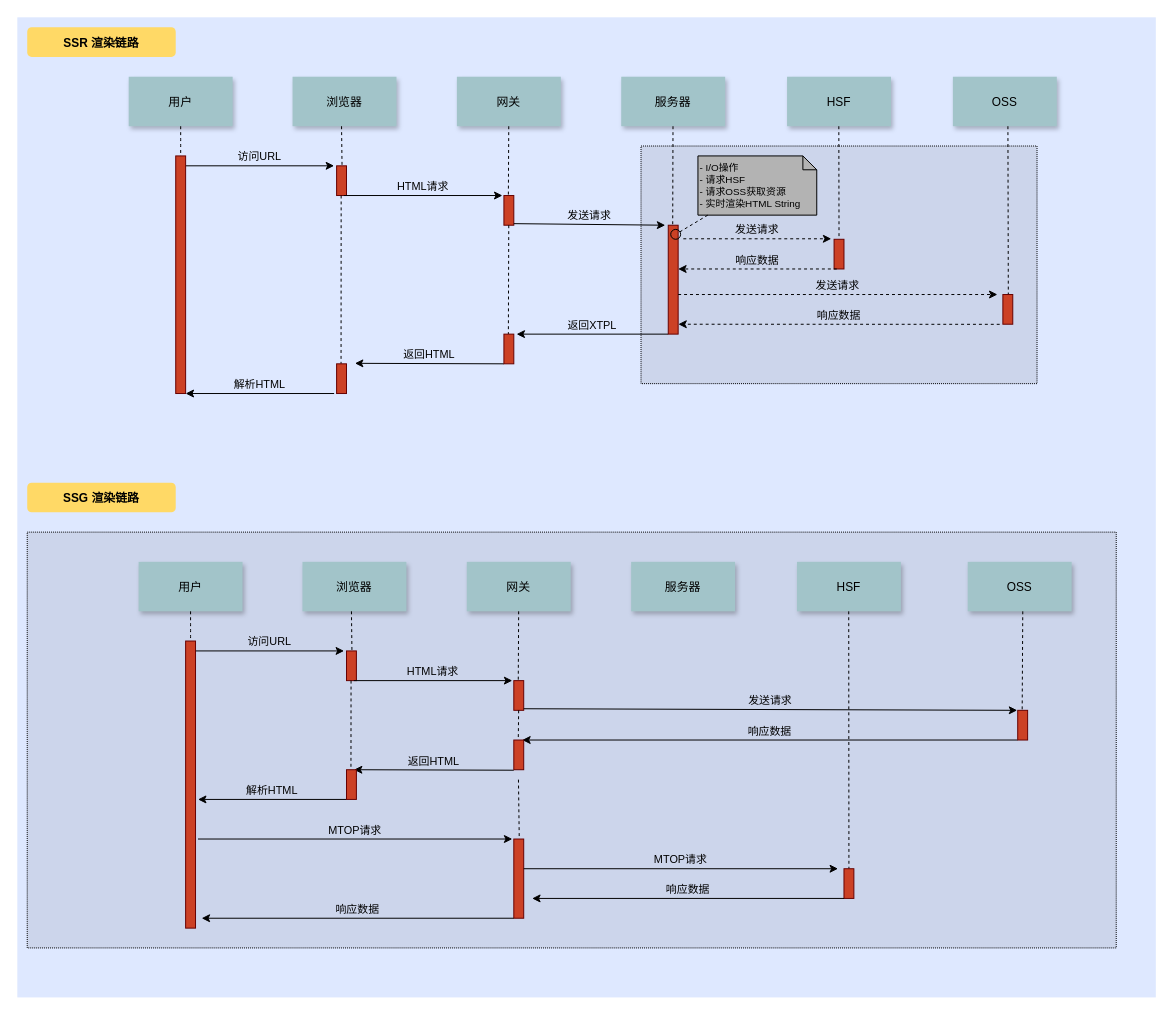
Before: SSG与SSR的差异.drawio in hjyue1/drawDoc, a draw.io diagram. Source tidied: cells renumbered, new cells numbered last; positions are measured from the earlier drawing's top-left corner, leaving out a move shared by most shapes. Both pictures are drawn from the tidied source at 99%, with x=0, y=0 at pixel (17, 17).
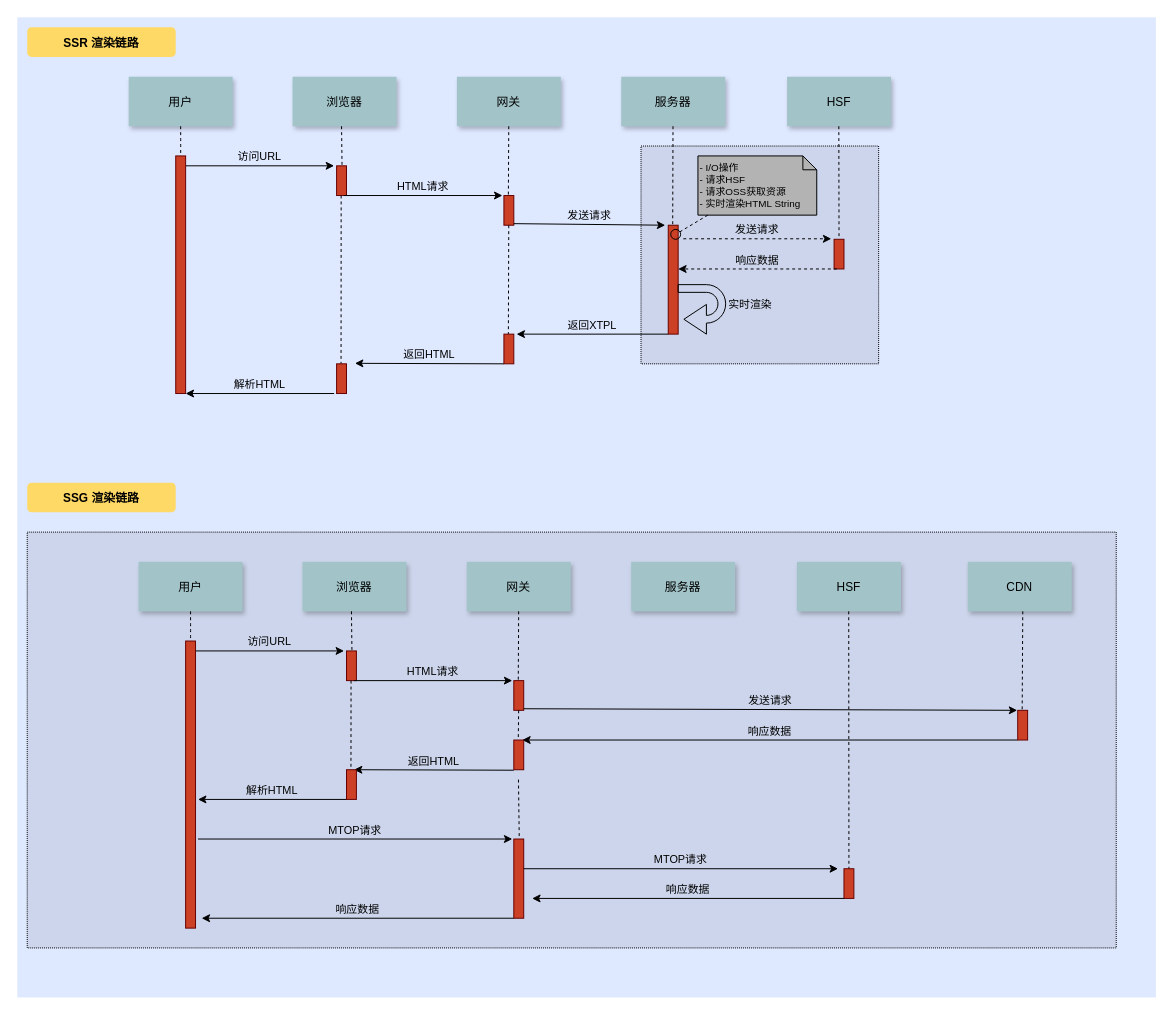
After the change.

Commit message:
更新SSG与SSR的差异.drawio

Change to the diagram source:
```diff
@@
     <mxCell id="3" style="fillColor=#CCD5EB;dashed=1;dashPattern=1 1;" parent="1" vertex="1">
-      <mxGeometry x="630" y="130" width="400" height="240" as="geometry" />
+      <mxGeometry x="630" y="130" width="240" height="220" as="geometry" />
     </mxCell>
@@
-    <mxCell id="36" value="OSS" style="shadow=1;fillColor=#A2C4C9;strokeColor=none;" parent="1" vertex="1">
-      <mxGeometry x="945" y="60" width="105" height="50" as="geometry" />
-    </mxCell>
-    <mxCell id="37" style="edgeStyle=elbowEdgeStyle;elbow=horizontal;endArrow=none;dashed=1;entryX=0.5;entryY=0;entryDx=0;entryDy=0;" parent="1" edge="1" target="39">
-      <mxGeometry x="697.5" y="-1830" as="geometry">
-        <mxPoint x="1000.6" y="110" as="sourcePoint" />
-      </mxGeometry>
-    </mxCell>
-    <mxCell id="38" value="发送请求" style="edgeStyle=none;verticalLabelPosition=top;verticalAlign=bottom;labelBackgroundColor=none;dashed=1;entryX=0.9;entryY=0.625;entryDx=0;entryDy=0;entryPerimeter=0;" parent="1" edge="1" target="3">
-      <mxGeometry x="-22.5" y="-1618" as="geometry">
-        <mxPoint x="667.5" y="280" as="sourcePoint" />
-      </mxGeometry>
-    </mxCell>
-    <mxCell id="39" style="fillColor=#CC4125;strokeColor=#660000;" parent="1" vertex="1">
-      <mxGeometry x="995.5" y="280" width="10" height="30" as="geometry" />
-    </mxCell>
-    <mxCell id="40" value="响应数据" style="edgeStyle=none;verticalLabelPosition=top;verticalAlign=bottom;labelBackgroundColor=none;dashed=1;exitX=0.631;exitY=0.36;exitDx=0;exitDy=0;exitPerimeter=0;entryX=0.1;entryY=0.708;entryDx=0;entryDy=0;entryPerimeter=0;" parent="1" edge="1">
-      <mxGeometry x="677.5" y="-2428" as="geometry">
-        <mxPoint x="992.3" y="310.1" as="sourcePoint" />
-        <mxPoint x="667.7" y="310" as="targetPoint" />
-      </mxGeometry>
-    </mxCell>
@@
-    <mxCell id="65" value="OSS" style="shadow=1;fillColor=#A2C4C9;strokeColor=none;" parent="1" vertex="1">
+    <mxCell id="65" value="CDN" style="shadow=1;fillColor=#A2C4C9;strokeColor=none;" parent="1" vertex="1">
       <mxGeometry x="960" y="550" width="105" height="50" as="geometry" />
     </mxCell>
@@
+    <mxCell id="75" style="html=1;shadow=0;dashed=0;align=center;verticalAlign=middle;shape=mxgraph.arrows2.uTurnArrow;dy=3.9;arrowHead=30;dx2=22.76;rotation=-180;fillColor=none;" parent="1" vertex="1">
+      <mxGeometry x="667.5" y="270" width="48" height="50" as="geometry" />
+    </mxCell>
+    <mxCell id="76" value="&lt;font style=&quot;font-size: 11px;&quot;&gt;实时渲染&lt;/font&gt;" style="text;strokeColor=none;fillColor=none;html=1;fontSize=11;fontStyle=0;verticalAlign=middle;align=center;" parent="1" vertex="1">
+      <mxGeometry x="690" y="270" width="100" height="40" as="geometry" />
+    </mxCell>
```
